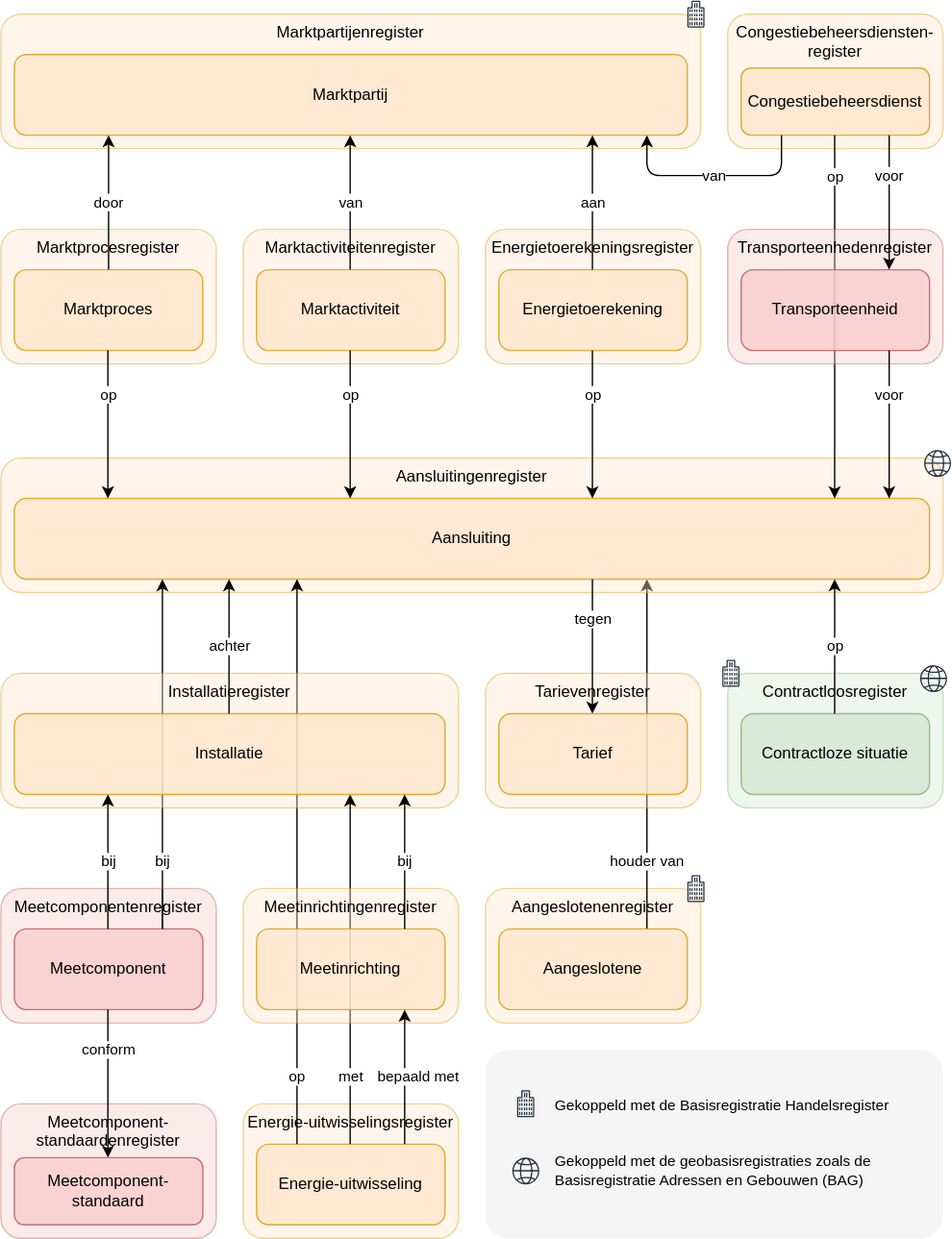
Earlier version of the draw.io export docs/assets/images/stelselplaat.drawio.svg (Netbeheer-Nederland/stelsel). Source tidied: cells renumbered, new cells last; positions are measured from the earlier drawing's top-left corner, leaving out a move shared by most shapes.
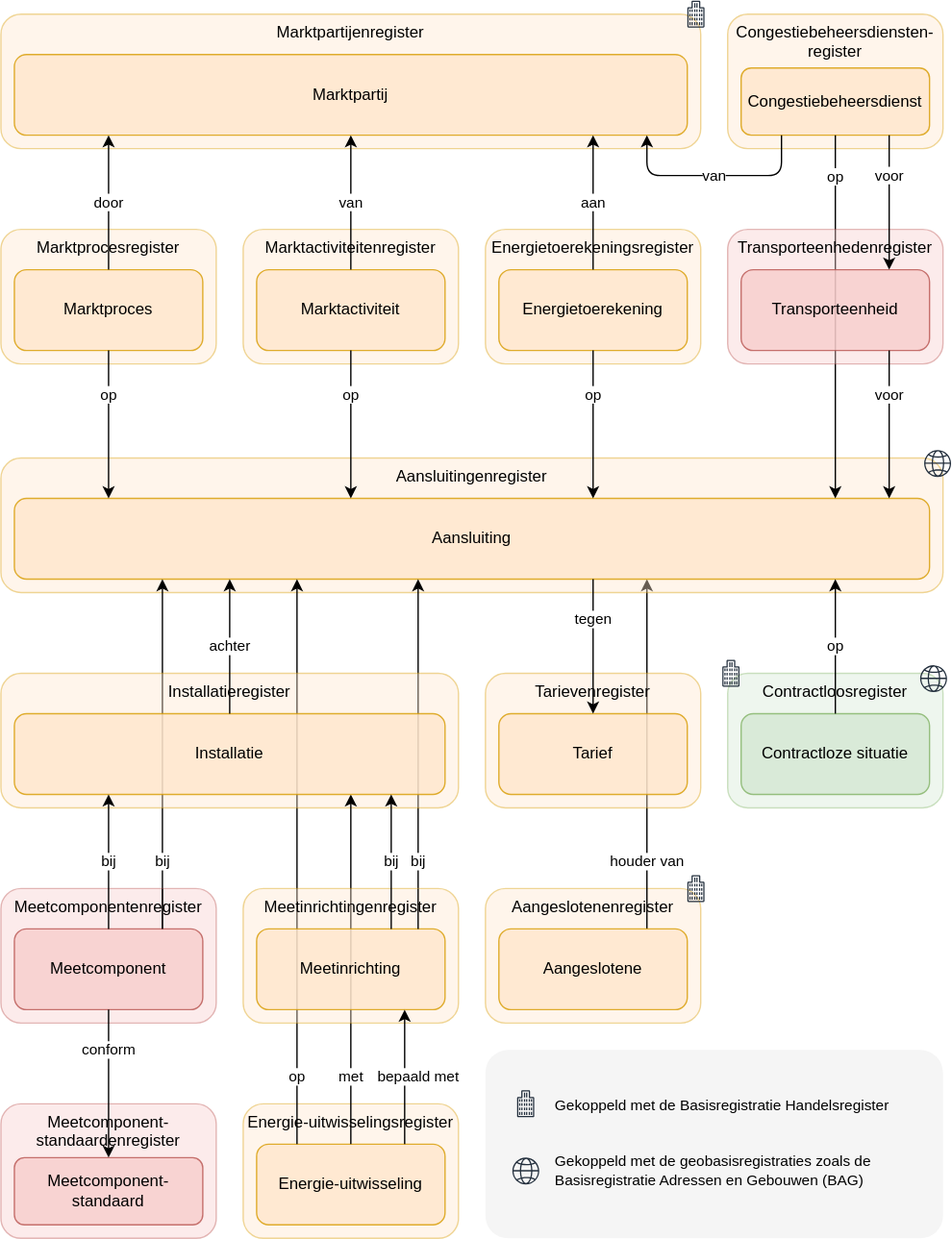
The same file after the commit.

The edit, as a diff of the source:
```diff
@@ -91,6 +91,12 @@
         </Array>
       </mxGeometry>
     </mxCell>
+    <mxCell id="64" value="bij" style="endArrow=classic;html=1;rounded=0;edgeStyle=elbowEdgeStyle;fontColor=default;" parent="1" edge="1">
+      <mxGeometry x="-0.83" relative="1" as="geometry">
+        <mxPoint x="310" y="660" as="sourcePoint" />
+        <mxPoint x="310" y="430" as="targetPoint" />
+      </mxGeometry>
+    </mxCell>
     <mxCell id="26" value="Installatieregister" style="rounded=1;whiteSpace=wrap;html=1;verticalAlign=top;horizontal=1;align=center;opacity=40;fillColor=#ffe6cc;strokeColor=#d79b00;fontColor=default;" parent="1" vertex="1">
       <mxGeometry y="500" width="340" height="100" as="geometry" />
     </mxCell>
@@ -116,7 +122,7 @@
     <mxCell id="32" value="bij" style="endArrow=classic;html=1;rounded=0;edgeStyle=elbowEdgeStyle;fontColor=default;" parent="1" edge="1" source="29" target="30">
       <mxGeometry relative="1" as="geometry">
         <Array as="points">
-          <mxPoint x="300" y="640" />
+          <mxPoint x="290" y="640" />
         </Array>
       </mxGeometry>
     </mxCell>
@@ -228,5 +234,11 @@
     <mxCell id="63" value="tegen" style="endArrow=classic;html=1;rounded=0;edgeStyle=elbowEdgeStyle;fontColor=default;" parent="1" edge="1" source="18" target="62">
       <mxGeometry x="-0.4" relative="1" as="geometry" />
     </mxCell>
+    <mxCell id="65" style="endArrow=none;html=1;rounded=0;edgeStyle=elbowEdgeStyle;fontColor=default;endFill=0;" parent="1" edge="1">
+      <mxGeometry relative="1" as="geometry">
+        <mxPoint x="310" y="690" as="sourcePoint" />
+        <mxPoint x="310" y="660" as="targetPoint" />
+      </mxGeometry>
+    </mxCell>
   </root>
 </mxGraphModel>
```
